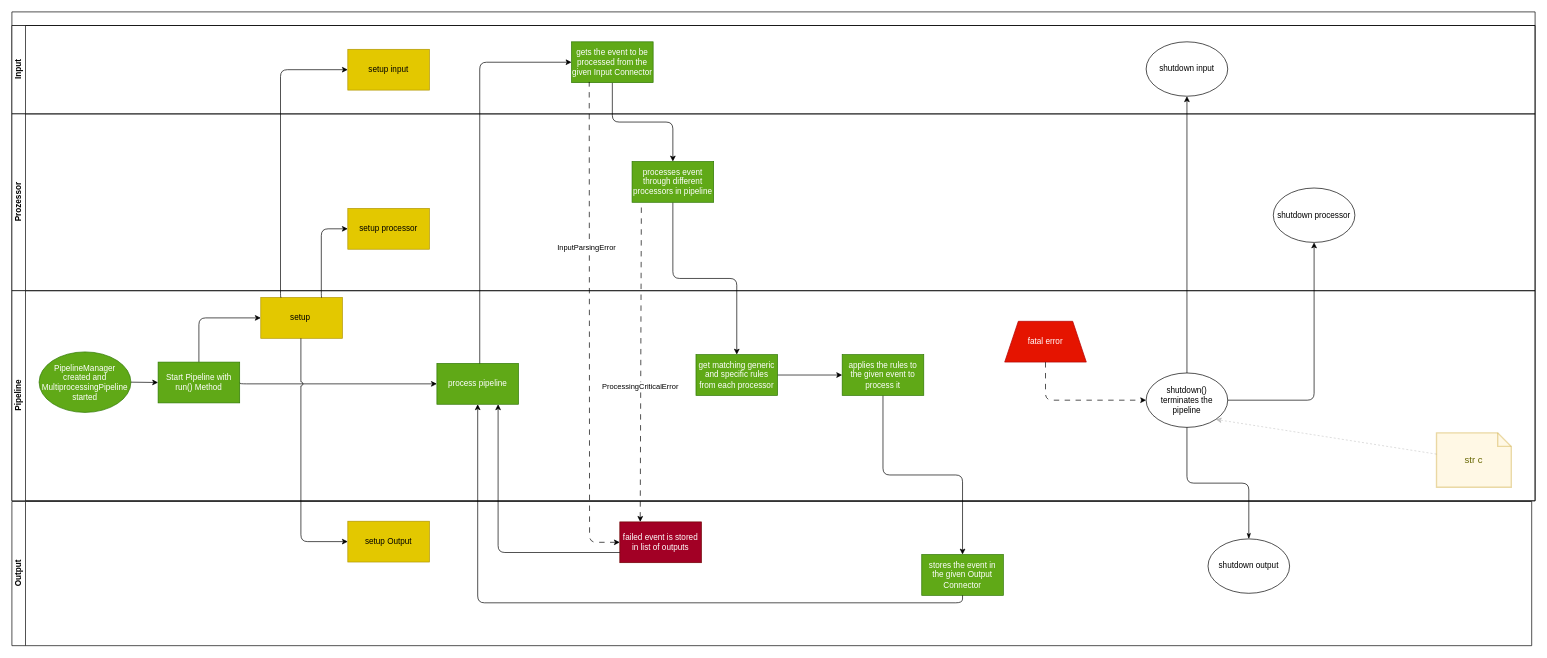
fkie-cad/Logprep keeps this draw.io diagram as doc/source/development/architecture/diagramms/pipeline.drawio. Above is the earlier version. Source tidied: cells renumbered, new cells numbered last; positions are measured from the earlier drawing's top-left corner, leaving out a move shared by most shapes. Both pictures are drawn from the tidied source at 68%, with x=0, y=0 at pixel (12, 12).
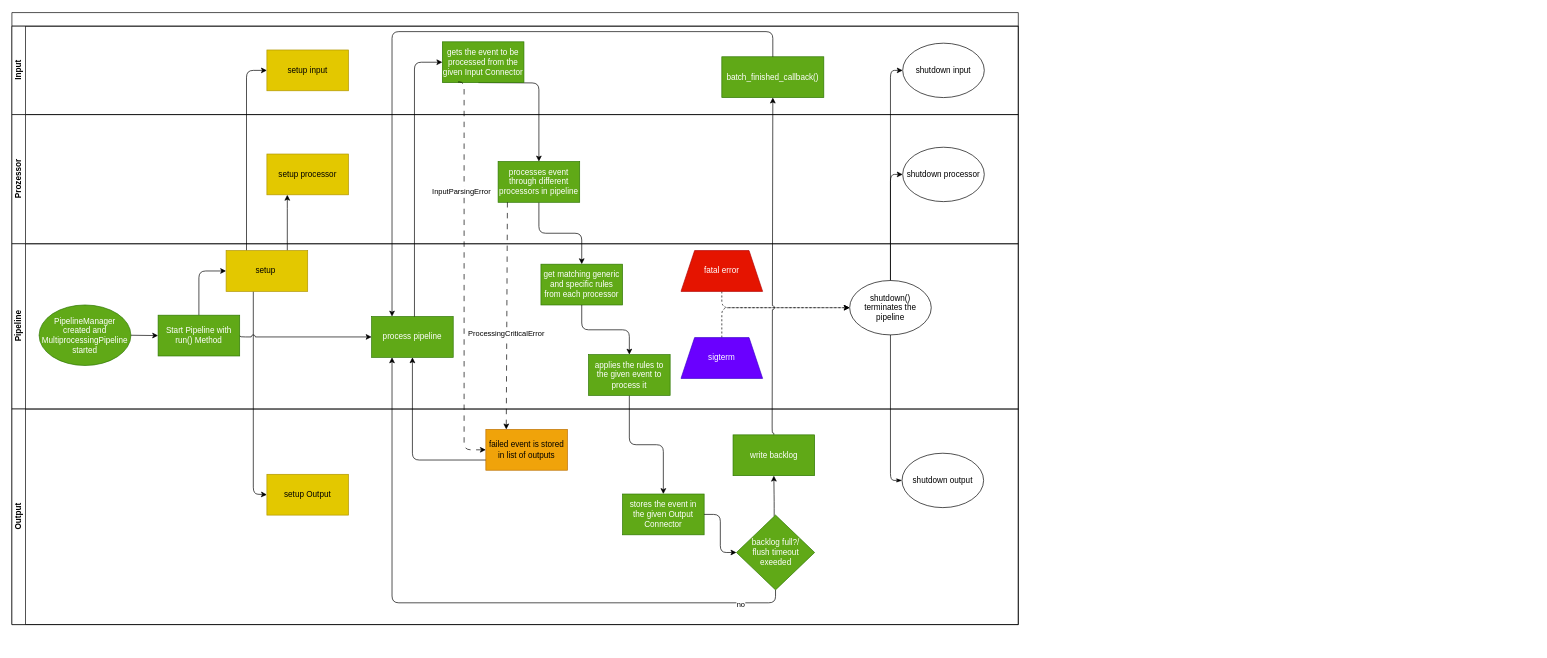
Above is the later version.

Commit message (it also covers changes not shown here):
input and pipeline diagram

What changed in the source:
```diff
@@
     <mxCell id="2" value="&lt;br&gt;" style="swimlane;horizontal=1;startSize=20;html=1;" parent="1" vertex="1">
-      <mxGeometry width="2240" height="719" as="geometry" />
+      <mxGeometry y="1" width="1480" height="900" as="geometry" />
     </mxCell>
+    <mxCell id="48" style="edgeStyle=orthogonalEdgeStyle;jumpStyle=arc;html=1;dashed=1;entryX=0;entryY=0.5;entryDx=0;entryDy=0;exitX=0.5;exitY=0;exitDx=0;exitDy=0;" parent="2" edge="1" source="54" target="22">
+      <mxGeometry relative="1" as="geometry" />
+    </mxCell>
     <mxCell id="3" value="Input" style="swimlane;startSize=20;horizontal=0;html=1;" parent="2" vertex="1">
-      <mxGeometry y="20" width="2240" height="130" as="geometry" />
+      <mxGeometry y="20" width="1480" height="130" as="geometry" />
     </mxCell>
     <mxCell id="4" value="shutdown input" style="ellipse;whiteSpace=wrap;html=1;" parent="3" vertex="1">
-      <mxGeometry x="1668" y="24" width="120" height="80" as="geometry" />
+      <mxGeometry x="1310" y="25" width="120" height="80" as="geometry" />
     </mxCell>
     <mxCell id="5" value="setup input" style="whiteSpace=wrap;html=1;fillColor=#e3c800;strokeColor=#B09500;fontColor=#000000;rounded=0;" parent="3" vertex="1">
-      <mxGeometry x="494" y="35" width="120" height="60" as="geometry" />
+      <mxGeometry x="375" y="35" width="120" height="60" as="geometry" />
     </mxCell>
+    <mxCell id="49" value="batch_finished_callback()" style="rounded=0;whiteSpace=wrap;html=1;fillColor=#60a917;fontColor=#ffffff;strokeColor=#2D7600;" parent="3" vertex="1">
+      <mxGeometry x="1044" y="45" width="150" height="60" as="geometry" />
+    </mxCell>
     <mxCell id="6" value="Prozessor" style="swimlane;startSize=20;horizontal=0;html=1;" parent="2" vertex="1">
-      <mxGeometry y="150" width="2240" height="260" as="geometry" />
+      <mxGeometry y="150" width="1480" height="190" as="geometry" />
     </mxCell>
     <mxCell id="7" value="shutdown processor" style="ellipse;whiteSpace=wrap;html=1;" parent="6" vertex="1">
-      <mxGeometry x="1855" y="109" width="120" height="80" as="geometry" />
+      <mxGeometry x="1310" y="48" width="120" height="80" as="geometry" />
     </mxCell>
     <mxCell id="8" value="setup processor" style="whiteSpace=wrap;html=1;fillColor=#e3c800;strokeColor=#B09500;fontColor=#000000;rounded=0;" parent="6" vertex="1">
-      <mxGeometry x="494" y="139" width="120" height="60" as="geometry" />
+      <mxGeometry x="375" y="58" width="120" height="60" as="geometry" />
     </mxCell>
+    <mxCell id="19" style="edgeStyle=orthogonalEdgeStyle;html=1;entryX=0.25;entryY=1;entryDx=0;entryDy=0;" parent="2" edge="1" source="15" target="8">
+      <mxGeometry relative="1" as="geometry">
+        <Array as="points">
+          <mxPoint x="405" y="298" />
+          <mxPoint x="405" y="298" />
+        </Array>
+      </mxGeometry>
+    </mxCell>
+    <mxCell id="20" style="edgeStyle=orthogonalEdgeStyle;html=1;entryX=0;entryY=0.5;entryDx=0;entryDy=0;exitX=0.25;exitY=0;exitDx=0;exitDy=0;" parent="2" edge="1" source="15" target="5">
+      <mxGeometry relative="1" as="geometry">
+        <Array as="points">
+          <mxPoint x="345" y="85" />
+        </Array>
+      </mxGeometry>
+    </mxCell>
+    <mxCell id="42" style="edgeStyle=orthogonalEdgeStyle;html=1;startArrow=none;startFill=0;endArrow=classic;endFill=1;entryX=0;entryY=0.5;entryDx=0;entryDy=0;" parent="2" edge="1" source="22" target="7">
+      <mxGeometry relative="1" as="geometry" />
+    </mxCell>
+    <mxCell id="43" style="edgeStyle=orthogonalEdgeStyle;html=1;startArrow=none;startFill=0;endArrow=classic;endFill=1;entryX=0;entryY=0.5;entryDx=0;entryDy=0;" parent="2" edge="1" target="4">
+      <mxGeometry relative="1" as="geometry">
+        <mxPoint x="1292" y="398" as="sourcePoint" />
+        <Array as="points">
+          <mxPoint x="1292" y="85" />
+        </Array>
+      </mxGeometry>
+    </mxCell>
+    <mxCell id="46" style="endArrow=classic;html=1;entryX=0;entryY=0.5;entryDx=0;entryDy=0;dashed=1;edgeStyle=orthogonalEdgeStyle;exitX=0.5;exitY=1;exitDx=0;exitDy=0;jumpStyle=arc;" parent="2" edge="1" source="17" target="22">
+      <mxGeometry relative="1" as="geometry">
+        <Array as="points">
+          <mxPoint x="1044" y="434" />
+        </Array>
+      </mxGeometry>
+    </mxCell>
+    <mxCell id="36" style="edgeStyle=orthogonalEdgeStyle;html=1;endArrow=none;endFill=0;startArrow=classic;startFill=1;entryX=0;entryY=0.75;entryDx=0;entryDy=0;exitX=0.5;exitY=1;exitDx=0;exitDy=0;" parent="2" edge="1" source="16" target="23">
+      <mxGeometry relative="1" as="geometry">
+        <Array as="points">
+          <mxPoint x="589" y="658" />
+          <mxPoint x="798" y="658" />
+        </Array>
+      </mxGeometry>
+    </mxCell>
+    <mxCell id="44" style="edgeStyle=orthogonalEdgeStyle;html=1;jumpStyle=arc;entryX=0;entryY=0.5;entryDx=0;entryDy=0;" parent="2" edge="1" source="15" target="26">
+      <mxGeometry relative="1" as="geometry">
+        <Array as="points">
+          <mxPoint x="355" y="708" />
+          <mxPoint x="375" y="708" />
+        </Array>
+      </mxGeometry>
+    </mxCell>
+    <mxCell id="50" style="edgeStyle=orthogonalEdgeStyle;html=1;exitX=0.5;exitY=1;exitDx=0;exitDy=0;entryX=0.25;entryY=1;entryDx=0;entryDy=0;" parent="2" edge="1" source="56" target="16">
+      <mxGeometry relative="1" as="geometry">
+        <Array as="points">
+          <mxPoint x="1123" y="868" />
+          <mxPoint x="559" y="868" />
+        </Array>
+      </mxGeometry>
+    </mxCell>
+    <mxCell id="51" value="no" style="edgeLabel;html=1;align=center;verticalAlign=middle;" parent="50" vertex="1">
+      <mxGeometry x="-0.85" y="1" relative="1" as="geometry" />
+    </mxCell>
+    <mxCell id="34" style="edgeStyle=orthogonalEdgeStyle;html=1;entryX=0.5;entryY=0;entryDx=0;entryDy=0;jumpStyle=arc;" parent="2" edge="1" source="35" target="37">
+      <mxGeometry relative="1" as="geometry" />
+    </mxCell>
+    <mxCell id="52" style="edgeStyle=orthogonalEdgeStyle;html=1;entryX=0.5;entryY=1;entryDx=0;entryDy=0;exitX=0.5;exitY=0;exitDx=0;exitDy=0;jumpStyle=arc;" parent="2" edge="1" source="57" target="49">
+      <mxGeometry relative="1" as="geometry">
+        <Array as="points">
+          <mxPoint x="1118" y="618" />
+          <mxPoint x="1118" y="198" />
+          <mxPoint x="1119" y="198" />
+        </Array>
+      </mxGeometry>
+    </mxCell>
+    <mxCell id="53" style="edgeStyle=orthogonalEdgeStyle;html=1;entryX=0.25;entryY=0;entryDx=0;entryDy=0;" parent="2" edge="1" source="49" target="16">
+      <mxGeometry relative="1" as="geometry">
+        <Array as="points">
+          <mxPoint x="1119" y="28" />
+          <mxPoint x="559" y="28" />
+        </Array>
+      </mxGeometry>
+    </mxCell>
     <mxCell id="9" value="Pipeline" style="swimlane;startSize=20;horizontal=0;html=1;" parent="2" vertex="1">
-      <mxGeometry y="410" width="2240" height="309" as="geometry" />
+      <mxGeometry y="340" width="1480" height="243" as="geometry" />
     </mxCell>
@@
     <mxCell id="15" value="setup&amp;nbsp;" style="whiteSpace=wrap;html=1;fillColor=#e3c800;strokeColor=#B09500;fontColor=#000000;rounded=0;" parent="9" vertex="1">
-      <mxGeometry x="366" y="10" width="120" height="60" as="geometry" />
+      <mxGeometry x="315" y="10" width="120" height="60" as="geometry" />
     </mxCell>
     <mxCell id="16" value="process pipeline" style="whiteSpace=wrap;html=1;fillColor=#60a917;strokeColor=#2D7600;fontColor=#ffffff;rounded=0;" parent="9" vertex="1">
-      <mxGeometry x="625" y="107" width="120" height="60" as="geometry" />
+      <mxGeometry x="529" y="107" width="120" height="60" as="geometry" />
     </mxCell>
     <mxCell id="17" value="fatal error" style="shape=trapezoid;perimeter=trapezoidPerimeter;whiteSpace=wrap;html=1;fixedSize=1;fillColor=#e51400;fontColor=#ffffff;strokeColor=#B20000;" parent="9" vertex="1">
-      <mxGeometry x="1460" y="45" width="120" height="60" as="geometry" />
+      <mxGeometry x="984" y="10" width="120" height="60" as="geometry" />
     </mxCell>
-    <mxCell id="18" value="str c" style="shape=note;strokeWidth=2;fontSize=14;size=20;whiteSpace=wrap;html=1;fillColor=#fff2cc;strokeColor=#d6b656;fontColor=#666600;opacity=50;" parent="9" vertex="1">
-      <mxGeometry x="2095" y="209" width="110" height="80" as="geometry" />
-    </mxCell>
-    <mxCell id="19" style="edgeStyle=orthogonalEdgeStyle;html=1;exitX=0.75;exitY=0;exitDx=0;exitDy=0;entryX=0;entryY=0.5;entryDx=0;entryDy=0;" parent="2" edge="1" source="15" target="8">
-      <mxGeometry relative="1" as="geometry">
-        <Array as="points">
-          <mxPoint x="455" y="420" />
-          <mxPoint x="455" y="319" />
-        </Array>
-      </mxGeometry>
-    </mxCell>
-    <mxCell id="20" style="edgeStyle=orthogonalEdgeStyle;html=1;entryX=0;entryY=0.5;entryDx=0;entryDy=0;exitX=0.25;exitY=0;exitDx=0;exitDy=0;" parent="2" edge="1" source="15" target="5">
-      <mxGeometry relative="1" as="geometry">
-        <Array as="points">
-          <mxPoint x="395" y="420" />
-          <mxPoint x="395" y="85" />
-        </Array>
-      </mxGeometry>
-    </mxCell>
+    <mxCell id="33" value="get matching generic and specific rules from each processor" style="whiteSpace=wrap;html=1;fillColor=#60a917;fontColor=#ffffff;strokeColor=#2D7600;" parent="9" vertex="1">
+      <mxGeometry x="778" y="30" width="120" height="60" as="geometry" />
+    </mxCell>
+    <mxCell id="35" value="applies the rules to the given event to process it" style="whiteSpace=wrap;html=1;fillColor=#60a917;fontColor=#ffffff;strokeColor=#2D7600;" parent="9" vertex="1">
+      <mxGeometry x="848" y="163" width="120" height="60" as="geometry" />
+    </mxCell>
+    <mxCell id="32" style="edgeStyle=orthogonalEdgeStyle;html=1;" parent="9" edge="1" source="33" target="35">
+      <mxGeometry relative="1" as="geometry" />
+    </mxCell>
+    <mxCell id="54" value="sigterm" style="shape=trapezoid;perimeter=trapezoidPerimeter;whiteSpace=wrap;html=1;fixedSize=1;fillColor=#6a00ff;strokeColor=#3700CC;fontColor=#ffffff;" parent="9" vertex="1">
+      <mxGeometry x="984" y="138" width="120" height="60" as="geometry" />
+    </mxCell>
-    <mxCell id="21" value="Output" style="swimlane;startSize=20;horizontal=0;html=1;" parent="1" vertex="1">
-      <mxGeometry y="720" width="2235" height="212" as="geometry" />
+    <mxCell id="21" value="Output" style="swimlane;startSize=20;horizontal=0;html=1;" parent="2" vertex="1">
+      <mxGeometry y="583" width="1480" height="317" as="geometry" />
     </mxCell>
     <mxCell id="22" value="shutdown() terminates the pipeline" style="ellipse;whiteSpace=wrap;html=1;rounded=1;shadow=0;glass=0;sketch=0;" parent="21" vertex="1">
-      <mxGeometry x="1668" y="-189" width="120" height="80" as="geometry" />
+      <mxGeometry x="1232" y="-189" width="120" height="80" as="geometry" />
     </mxCell>
-    <mxCell id="23" value="failed event is stored in list of outputs" style="whiteSpace=wrap;html=1;fillColor=#a20025;strokeColor=#6F0000;fontColor=#ffffff;" parent="21" vertex="1">
-      <mxGeometry x="894" y="30" width="120" height="60" as="geometry" />
+    <mxCell id="23" value="failed event is stored in list of outputs" style="whiteSpace=wrap;html=1;fillColor=#f0a30a;strokeColor=#BD7000;fontColor=#000000;" parent="21" vertex="1">
+      <mxGeometry x="697" y="30" width="120" height="60" as="geometry" />
     </mxCell>
     <mxCell id="24" value="shutdown output" style="ellipse;whiteSpace=wrap;html=1;" parent="21" vertex="1">
-      <mxGeometry x="1759" y="55" width="120" height="80" as="geometry" />
+      <mxGeometry x="1309" y="65" width="120" height="80" as="geometry" />
     </mxCell>
-    <mxCell id="25" style="edgeStyle=orthogonalEdgeStyle;html=1;endArrow=none;endFill=0;startArrow=classicThin;startFill=1;exitX=0.5;exitY=0;exitDx=0;exitDy=0;" parent="21" edge="1" source="24" target="22">
+    <mxCell id="25" style="edgeStyle=orthogonalEdgeStyle;html=1;endArrow=none;endFill=0;startArrow=classicThin;startFill=1;exitX=0;exitY=0.5;exitDx=0;exitDy=0;" parent="21" edge="1" source="24" target="22">
       <mxGeometry relative="1" as="geometry" />
     </mxCell>
     <mxCell id="26" value="setup Output" style="whiteSpace=wrap;html=1;fillColor=#e3c800;strokeColor=#B09500;fontColor=#000000;rounded=0;" parent="21" vertex="1">
-      <mxGeometry x="494" y="29" width="120" height="60" as="geometry" />
+      <mxGeometry x="375" y="96" width="120" height="60" as="geometry" />
     </mxCell>
+    <mxCell id="55" style="edgeStyle=orthogonalEdgeStyle;html=1;entryX=0.5;entryY=1;entryDx=0;entryDy=0;" parent="21" edge="1" source="56" target="57">
+      <mxGeometry relative="1" as="geometry">
+        <Array as="points">
+          <mxPoint x="1121" y="136" />
+          <mxPoint x="1121" y="98" />
+        </Array>
+      </mxGeometry>
+    </mxCell>
+    <mxCell id="56" value="backlog full?/&lt;br&gt;flush timeout exeeded" style="rhombus;whiteSpace=wrap;html=1;fillColor=#60a917;fontColor=#ffffff;strokeColor=#2D7600;" parent="21" vertex="1">
+      <mxGeometry x="1065.5" y="156" width="115" height="110" as="geometry" />
+    </mxCell>
+    <mxCell id="57" value="write backlog" style="whiteSpace=wrap;html=1;fillColor=#60a917;strokeColor=#2D7600;fontColor=#ffffff;" parent="21" vertex="1">
+      <mxGeometry x="1060.5" y="38" width="120" height="60" as="geometry" />
+    </mxCell>
+    <mxCell id="37" value="stores the event in the given Output Connector" style="whiteSpace=wrap;html=1;fillColor=#60a917;fontColor=#ffffff;strokeColor=#2D7600;" parent="21" vertex="1">
+      <mxGeometry x="898" y="125" width="120" height="60" as="geometry" />
+    </mxCell>
+    <mxCell id="58" style="edgeStyle=orthogonalEdgeStyle;html=1;entryX=0;entryY=0.5;entryDx=0;entryDy=0;" parent="21" edge="1" source="37" target="56">
+      <mxGeometry relative="1" as="geometry" />
+    </mxCell>
     <mxCell id="27" style="edgeStyle=orthogonalEdgeStyle;html=1;entryX=0;entryY=0.5;entryDx=0;entryDy=0;jumpStyle=arc;" parent="1" edge="1" source="16" target="29">
       <mxGeometry relative="1" as="geometry">
         <Array as="points">
-          <mxPoint x="688" y="74" />
+          <mxPoint x="592" y="74" />
         </Array>
       </mxGeometry>
     </mxCell>
-    <mxCell id="28" style="edgeStyle=orthogonalEdgeStyle;html=1;" parent="1" edge="1" source="29" target="31">
-      <mxGeometry relative="1" as="geometry" />
+    <mxCell id="28" style="edgeStyle=orthogonalEdgeStyle;html=1;" parent="1" edge="1" target="31">
+      <mxGeometry relative="1" as="geometry">
+        <mxPoint x="686" y="104" as="sourcePoint" />
+      </mxGeometry>
     </mxCell>
     <mxCell id="29" value="gets the event to be processed from the given Input Connector" style="whiteSpace=wrap;html=1;fillColor=#60a917;fontColor=#ffffff;strokeColor=#2D7600;" parent="1" vertex="1">
-      <mxGeometry x="823" y="44" width="120" height="60" as="geometry" />
+      <mxGeometry x="633" y="44" width="120" height="60" as="geometry" />
     </mxCell>
@@
     <mxCell id="31" value="processes event through different processors in pipeline" style="whiteSpace=wrap;html=1;fillColor=#60a917;fontColor=#ffffff;strokeColor=#2D7600;" parent="1" vertex="1">
-      <mxGeometry x="912" y="220" width="120" height="60" as="geometry" />
+      <mxGeometry x="715" y="220" width="120" height="60" as="geometry" />
     </mxCell>
-    <mxCell id="32" style="edgeStyle=orthogonalEdgeStyle;html=1;" parent="1" edge="1" source="33" target="35">
-      <mxGeometry relative="1" as="geometry" />
-    </mxCell>
-    <mxCell id="33" value="get matching generic and specific rules from each processor" style="whiteSpace=wrap;html=1;fillColor=#60a917;fontColor=#ffffff;strokeColor=#2D7600;" parent="1" vertex="1">
-      <mxGeometry x="1006" y="504" width="120" height="60" as="geometry" />
-    </mxCell>
-    <mxCell id="34" style="edgeStyle=orthogonalEdgeStyle;html=1;entryX=0.5;entryY=0;entryDx=0;entryDy=0;jumpStyle=arc;" parent="1" edge="1" source="35" target="37">
-      <mxGeometry relative="1" as="geometry" />
-    </mxCell>
-    <mxCell id="35" value="applies the rules to the given event to process it" style="whiteSpace=wrap;html=1;fillColor=#60a917;fontColor=#ffffff;strokeColor=#2D7600;" parent="1" vertex="1">
-      <mxGeometry x="1221" y="504" width="120" height="60" as="geometry" />
-    </mxCell>
-    <mxCell id="36" style="edgeStyle=orthogonalEdgeStyle;html=1;endArrow=none;endFill=0;startArrow=classic;startFill=1;entryX=0;entryY=0.75;entryDx=0;entryDy=0;" parent="1" edge="1" source="16" target="23">
-      <mxGeometry relative="1" as="geometry">
-        <Array as="points">
-          <mxPoint x="715" y="795" />
-        </Array>
-      </mxGeometry>
-    </mxCell>
-    <mxCell id="37" value="stores the event in the given Output Connector" style="whiteSpace=wrap;html=1;fillColor=#60a917;fontColor=#ffffff;strokeColor=#2D7600;" parent="1" vertex="1">
-      <mxGeometry x="1338" y="798" width="120" height="60" as="geometry" />
-    </mxCell>
     <mxCell id="38" style="html=1;startArrow=classic;startFill=1;endArrow=none;endFill=0;entryX=0.156;entryY=1;entryDx=0;entryDy=0;entryPerimeter=0;exitX=0.25;exitY=0;exitDx=0;exitDy=0;dashed=1;dashPattern=8 8;" parent="1" edge="1" source="23">
       <mxGeometry relative="1" as="geometry">
-        <mxPoint x="925.7" y="280" as="targetPoint" />
+        <mxPoint x="728.7" y="280" as="targetPoint" />
       </mxGeometry>
     </mxCell>
@@
     <mxCell id="40" style="edgeStyle=orthogonalEdgeStyle;html=1;startArrow=classic;startFill=1;endArrow=none;endFill=0;entryX=0.25;entryY=1;entryDx=0;entryDy=0;exitX=0;exitY=0.5;exitDx=0;exitDy=0;dashed=1;dashPattern=8 8;" parent="1" edge="1" source="23">
       <mxGeometry relative="1" as="geometry">
-        <mxPoint x="849" y="103" as="targetPoint" />
+        <mxPoint x="652" y="103" as="targetPoint" />
+        <Array as="points">
+          <mxPoint x="665" y="644" />
+          <mxPoint x="665" y="103" />
+        </Array>
       </mxGeometry>
     </mxCell>
@@
-    <mxCell id="42" style="edgeStyle=orthogonalEdgeStyle;html=1;startArrow=none;startFill=0;endArrow=classic;endFill=1;" parent="1" edge="1" source="22" target="7">
-      <mxGeometry relative="1" as="geometry" />
-    </mxCell>
-    <mxCell id="43" style="edgeStyle=none;html=1;startArrow=none;startFill=0;endArrow=classic;endFill=1;entryX=0.5;entryY=1;entryDx=0;entryDy=0;" parent="1" edge="1" source="22" target="4">
-      <mxGeometry relative="1" as="geometry" />
-    </mxCell>
-    <mxCell id="44" style="edgeStyle=orthogonalEdgeStyle;html=1;jumpStyle=arc;entryX=0;entryY=0.5;entryDx=0;entryDy=0;" parent="1" edge="1" source="15" target="26">
-      <mxGeometry relative="1" as="geometry">
-        <Array as="points">
-          <mxPoint x="425" y="779" />
-        </Array>
-      </mxGeometry>
-    </mxCell>
-    <mxCell id="45" style="edgeStyle=orthogonalEdgeStyle;html=1;jumpStyle=arc;exitX=0.5;exitY=1;exitDx=0;exitDy=0;" parent="1" edge="1" source="37" target="16">
-      <mxGeometry relative="1" as="geometry">
-        <Array as="points">
-          <mxPoint x="1398" y="869" />
-          <mxPoint x="685" y="869" />
-        </Array>
-      </mxGeometry>
-    </mxCell>
-    <mxCell id="46" style="endArrow=classic;html=1;entryX=0;entryY=0.5;entryDx=0;entryDy=0;dashed=1;dashPattern=8 8;edgeStyle=orthogonalEdgeStyle;exitX=0.5;exitY=1;exitDx=0;exitDy=0;" parent="1" edge="1" source="17" target="22">
-      <mxGeometry relative="1" as="geometry" />
-    </mxCell>
-    <mxCell id="47" style="edgeStyle=none;html=1;entryX=1;entryY=1;entryDx=0;entryDy=0;dashed=1;opacity=20;" parent="1" edge="1" source="18" target="22">
-      <mxGeometry relative="1" as="geometry" />
-    </mxCell>
```
